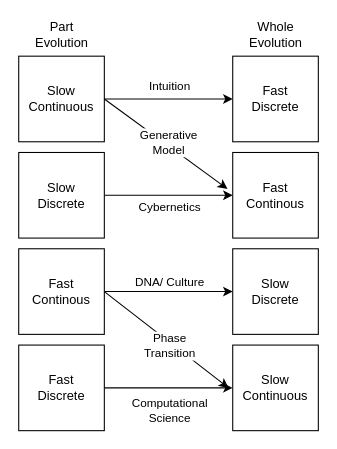
This is fastslow.drawio from codeaudit/1, a draw.io file, before an edit. Source tidied: cells renumbered, new cells numbered last; positions are measured from the earlier drawing's top-left corner, leaving out a move shared by most shapes. Both pictures are drawn from the tidied source at 107%, with x=0, y=0 at pixel (18, 18).
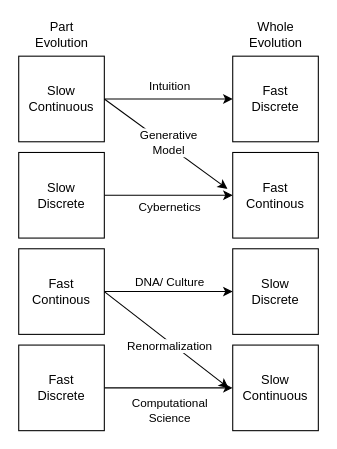
The same diagram, later.

The change refers to these unchanged cells:
```xml
<mxCell id="22" style="endArrow=classic;html=1;exitX=1;exitY=0.5;exitDx=0;exitDy=0;" parent="1" edge="1" source="14">
  <mxGeometry relative="1" as="geometry">
    <mxPoint x="196" y="345" as="targetPoint" />
  </mxGeometry>
</mxCell>
```

Diff of the diagram source:
```diff
@@
-    <mxCell id="23" value="Phase&lt;br&gt;Transition" style="edgeLabel;html=1;align=center;verticalAlign=middle;" parent="22" vertex="1">
+    <mxCell id="23" value="Renormalization" style="edgeLabel;html=1;align=center;verticalAlign=middle;" parent="22" vertex="1">
       <mxGeometry x="-0.29" y="3" relative="1" as="geometry">
         <mxPoint x="17.1" y="20.5" as="offset" />
       </mxGeometry>
     </mxCell>
```
